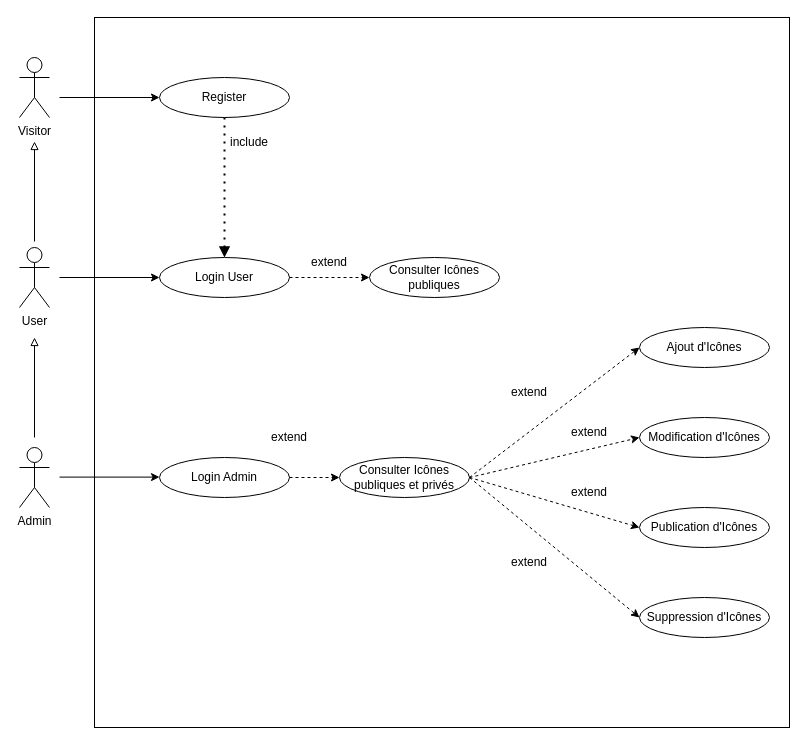
Johblanc/iconotheque_back keeps this draw.io diagram as doc/UseCase_V1.drawio. Above is the earlier version. Source tidied: cells renumbered, new cells numbered last; positions are measured from the earlier drawing's top-left corner, leaving out a move shared by most shapes. Both pictures are drawn from the tidied source at 100%, with x=0, y=0 at pixel (19, 17).
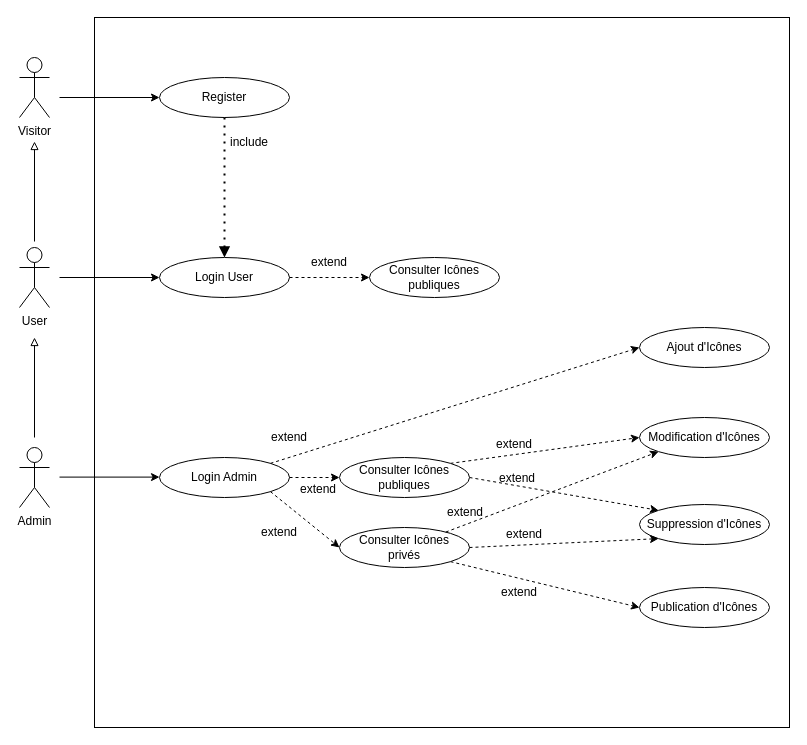
Above is the later version.

Commit message:
body :  maj UseCase v1

Unchanged cells that the change refers to:
```xml
<mxCell id="9" value="Ajout d'Icônes" style="ellipse;whiteSpace=wrap;html=1;" parent="1" vertex="1">
  <mxGeometry x="620" y="310" width="130" height="40" as="geometry" />
</mxCell>
<mxCell id="10" value="Modification d'Icônes" style="ellipse;whiteSpace=wrap;html=1;" parent="1" vertex="1">
  <mxGeometry x="620" y="400" width="130" height="40" as="geometry" />
</mxCell>
<mxCell id="23" value="Login Admin" style="ellipse;whiteSpace=wrap;html=1;" parent="1" vertex="1">
  <mxGeometry x="140" y="440" width="130" height="40" as="geometry" />
</mxCell>
```

The edit, as a diff of the source:
```diff
@@
     <mxCell id="11" value="Publication d'Icônes" style="ellipse;whiteSpace=wrap;html=1;" parent="1" vertex="1">
-      <mxGeometry x="620" y="490" width="130" height="40" as="geometry" />
+      <mxGeometry x="620" y="570" width="130" height="40" as="geometry" />
     </mxCell>
@@
-    <mxCell id="17" style="endArrow=classic;html=1;entryX=0;entryY=0.5;entryDx=0;entryDy=0;exitX=1;exitY=0.5;exitDx=0;exitDy=0;dashed=1;" parent="1" edge="1" source="27" target="10">
+    <mxCell id="17" style="endArrow=classic;html=1;entryX=0;entryY=0.5;entryDx=0;entryDy=0;exitX=1;exitY=0;exitDx=0;exitDy=0;dashed=1;" parent="1" edge="1" source="27" target="10">
       <mxGeometry relative="1" as="geometry" />
     </mxCell>
-    <mxCell id="18" style="endArrow=classic;html=1;entryX=0;entryY=0.5;entryDx=0;entryDy=0;dashed=1;" parent="1" edge="1" target="11">
-      <mxGeometry relative="1" as="geometry">
-        <mxPoint x="450" y="460" as="sourcePoint" />
-      </mxGeometry>
+    <mxCell id="18" style="endArrow=classic;html=1;entryX=0;entryY=0.5;entryDx=0;entryDy=0;dashed=1;exitX=1;exitY=1;exitDx=0;exitDy=0;" parent="1" edge="1" source="34" target="11">
+      <mxGeometry relative="1" as="geometry" />
     </mxCell>
@@
     <mxCell id="21" value="Suppression d'Icônes" style="ellipse;whiteSpace=wrap;html=1;" parent="1" vertex="1">
-      <mxGeometry x="620" y="580" width="130" height="40" as="geometry" />
+      <mxGeometry x="620" y="487" width="130" height="40" as="geometry" />
     </mxCell>
-    <mxCell id="22" style="endArrow=classic;html=1;entryX=0;entryY=0.5;entryDx=0;entryDy=0;dashed=1;exitX=1;exitY=0.5;exitDx=0;exitDy=0;" parent="1" edge="1" source="27" target="21">
+    <mxCell id="22" style="endArrow=classic;html=1;entryX=0;entryY=0;entryDx=0;entryDy=0;dashed=1;exitX=1;exitY=0.5;exitDx=0;exitDy=0;" parent="1" edge="1" source="27" target="21">
       <mxGeometry relative="1" as="geometry" />
     </mxCell>
@@
     <mxCell id="26" value="extend" style="text;strokeColor=none;align=center;fillColor=none;html=1;verticalAlign=middle;whiteSpace=wrap;rounded=0;" parent="1" vertex="1">
-      <mxGeometry x="480" y="360" width="60" height="30" as="geometry" />
+      <mxGeometry x="269" y="457" width="60" height="30" as="geometry" />
     </mxCell>
-    <mxCell id="27" value="Consulter Icônes publiques et privés" style="ellipse;whiteSpace=wrap;html=1;" parent="1" vertex="1">
+    <mxCell id="27" value="Consulter Icônes publiques" style="ellipse;whiteSpace=wrap;html=1;" parent="1" vertex="1">
       <mxGeometry x="320" y="440" width="130" height="40" as="geometry" />
     </mxCell>
@@
-    <mxCell id="29" style="endArrow=classic;html=1;entryX=0;entryY=0.5;entryDx=0;entryDy=0;exitX=1;exitY=0.5;exitDx=0;exitDy=0;dashed=1;" parent="1" edge="1" source="27" target="9">
+    <mxCell id="29" style="endArrow=classic;html=1;entryX=0;entryY=0.5;entryDx=0;entryDy=0;exitX=1;exitY=0;exitDx=0;exitDy=0;dashed=1;" parent="1" edge="1" source="23" target="9">
       <mxGeometry relative="1" as="geometry" />
     </mxCell>
@@
     <mxCell id="31" value="extend" style="text;strokeColor=none;align=center;fillColor=none;html=1;verticalAlign=middle;whiteSpace=wrap;rounded=0;" parent="1" vertex="1">
-      <mxGeometry x="540" y="400" width="60" height="30" as="geometry" />
+      <mxGeometry x="465" y="412" width="60" height="30" as="geometry" />
     </mxCell>
     <mxCell id="32" value="extend" style="text;strokeColor=none;align=center;fillColor=none;html=1;verticalAlign=middle;whiteSpace=wrap;rounded=0;" parent="1" vertex="1">
-      <mxGeometry x="540" y="460" width="60" height="30" as="geometry" />
+      <mxGeometry x="468" y="446" width="60" height="30" as="geometry" />
     </mxCell>
     <mxCell id="33" value="extend" style="text;strokeColor=none;align=center;fillColor=none;html=1;verticalAlign=middle;whiteSpace=wrap;rounded=0;" parent="1" vertex="1">
-      <mxGeometry x="480" y="530" width="60" height="30" as="geometry" />
+      <mxGeometry x="470" y="560" width="60" height="30" as="geometry" />
     </mxCell>
+    <mxCell id="34" value="Consulter Icônes &lt;br&gt;privés" style="ellipse;whiteSpace=wrap;html=1;" parent="1" vertex="1">
+      <mxGeometry x="320" y="510" width="130" height="40" as="geometry" />
+    </mxCell>
+    <mxCell id="35" style="endArrow=classic;html=1;entryX=0;entryY=0.5;entryDx=0;entryDy=0;dashed=1;exitX=1;exitY=1;exitDx=0;exitDy=0;" parent="1" edge="1" source="23" target="34">
+      <mxGeometry relative="1" as="geometry" />
+    </mxCell>
+    <mxCell id="36" value="extend" style="text;strokeColor=none;align=center;fillColor=none;html=1;verticalAlign=middle;whiteSpace=wrap;rounded=0;" parent="1" vertex="1">
+      <mxGeometry x="230" y="500" width="60" height="30" as="geometry" />
+    </mxCell>
+    <mxCell id="37" style="endArrow=classic;html=1;dashed=1;entryX=0;entryY=1;entryDx=0;entryDy=0;" parent="1" edge="1" source="34" target="10">
+      <mxGeometry relative="1" as="geometry" />
+    </mxCell>
+    <mxCell id="38" value="extend" style="text;strokeColor=none;align=center;fillColor=none;html=1;verticalAlign=middle;whiteSpace=wrap;rounded=0;" parent="1" vertex="1">
+      <mxGeometry x="416" y="480" width="60" height="30" as="geometry" />
+    </mxCell>
+    <mxCell id="39" style="endArrow=classic;html=1;dashed=1;entryX=0;entryY=1;entryDx=0;entryDy=0;exitX=1;exitY=0.5;exitDx=0;exitDy=0;" parent="1" edge="1" source="34" target="21">
+      <mxGeometry relative="1" as="geometry" />
+    </mxCell>
+    <mxCell id="40" value="extend" style="text;strokeColor=none;align=center;fillColor=none;html=1;verticalAlign=middle;whiteSpace=wrap;rounded=0;" parent="1" vertex="1">
+      <mxGeometry x="475" y="502" width="60" height="30" as="geometry" />
+    </mxCell>
```
